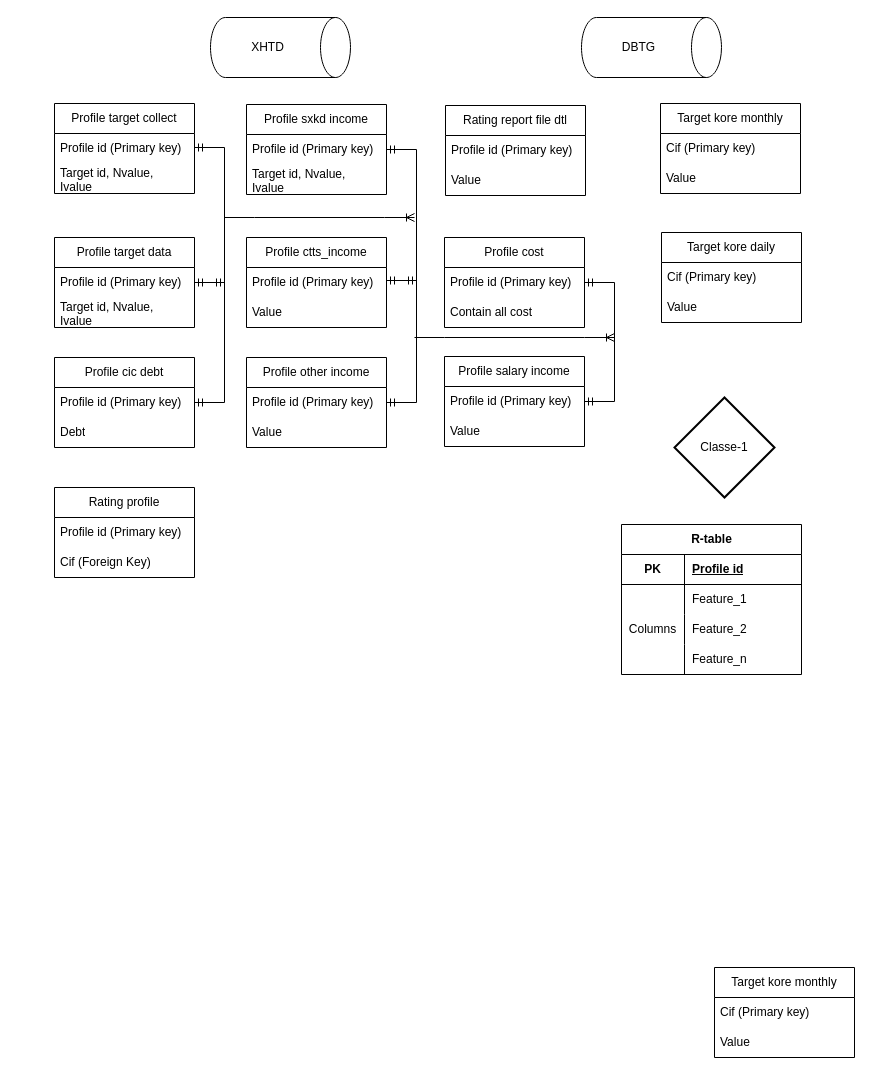
Above: Data_model_Bscore.drawio in Midland-tanaka/XHTD (draw.io), before the change. Source tidied: cells renumbered, new cells numbered last; positions are measured from the earlier drawing's top-left corner, leaving out a move shared by most shapes. Both pictures are drawn from the tidied source at 100%, with x=0, y=0 at pixel (54, 17).
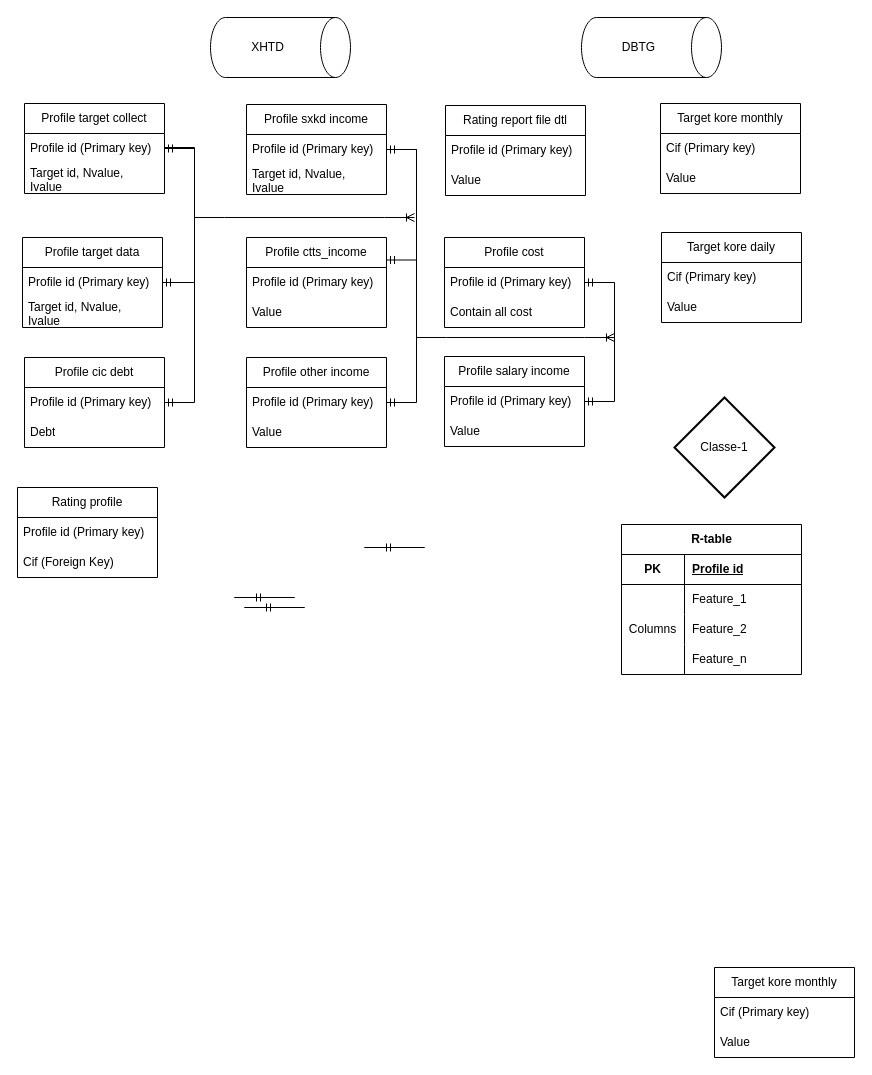
After the change.

Unchanged cells that the change refers to:
```xml
<mxCell id="11" value="Profile id (Primary key)" style="text;strokeColor=none;fillColor=none;align=left;verticalAlign=middle;spacingLeft=4;spacingRight=4;overflow=hidden;points=[[0,0.5],[1,0.5]];portConstraint=eastwest;whiteSpace=wrap;html=1;" parent="10" vertex="1">
  <mxGeometry y="30" width="140" height="30" as="geometry" />
</mxCell>
<mxCell id="13" value="Profile ctts_income" style="swimlane;fontStyle=0;horizontal=1;startSize=30;whiteSpace=wrap;html=1;" parent="1" vertex="1">
  <mxGeometry x="192" y="220" width="140" height="90" as="geometry" />
</mxCell>
<mxCell id="23" value="Profile id (Primary key)" style="text;strokeColor=none;fillColor=none;align=left;verticalAlign=middle;spacingLeft=4;spacingRight=4;overflow=hidden;points=[[0,0.5],[1,0.5]];portConstraint=eastwest;whiteSpace=wrap;html=1;" parent="22" vertex="1">
  <mxGeometry y="30" width="140" height="30" as="geometry" />
</mxCell>
<mxCell id="26" value="Profile id (Primary key)" style="text;strokeColor=none;fillColor=none;align=left;verticalAlign=middle;spacingLeft=4;spacingRight=4;overflow=hidden;points=[[0,0.5],[1,0.5]];portConstraint=eastwest;whiteSpace=wrap;html=1;" parent="25" vertex="1">
  <mxGeometry y="30" width="140" height="30" as="geometry" />
</mxCell>
<mxCell id="29" value="Profile id (Primary key)" style="text;strokeColor=none;fillColor=none;align=left;verticalAlign=middle;spacingLeft=4;spacingRight=4;overflow=hidden;points=[[0,0.5],[1,0.5]];portConstraint=eastwest;whiteSpace=wrap;html=1;" parent="28" vertex="1">
  <mxGeometry y="30" width="140" height="30" as="geometry" />
</mxCell>
```

What changed in the source:
```diff
@@
     <mxCell id="3" value="Rating profile" style="swimlane;fontStyle=0;horizontal=1;startSize=30;whiteSpace=wrap;html=1;" parent="1" vertex="1">
-      <mxGeometry y="470" width="140" height="90" as="geometry" />
+      <mxGeometry x="-37" y="470" width="140" height="90" as="geometry" />
     </mxCell>
@@
     <mxCell id="10" value="Profile target collect" style="swimlane;fontStyle=0;horizontal=1;startSize=30;whiteSpace=wrap;html=1;" parent="1" vertex="1">
-      <mxGeometry y="86" width="140" height="90" as="geometry" />
+      <mxGeometry x="-30" y="86" width="140" height="90" as="geometry" />
     </mxCell>
@@
     <mxCell id="22" value="Profile target data" style="swimlane;fontStyle=0;horizontal=1;startSize=30;whiteSpace=wrap;html=1;" parent="1" vertex="1">
-      <mxGeometry y="220" width="140" height="90" as="geometry" />
+      <mxGeometry x="-32" y="220" width="140" height="90" as="geometry" />
     </mxCell>
@@
     <mxCell id="25" value="Profile cic debt" style="swimlane;fontStyle=0;horizontal=1;startSize=30;whiteSpace=wrap;html=1;" parent="1" vertex="1">
-      <mxGeometry y="340" width="140" height="90" as="geometry" />
+      <mxGeometry x="-30" y="340" width="140" height="90" as="geometry" />
     </mxCell>
@@
-    <mxCell id="38" style="edgeStyle=entityRelationEdgeStyle;fontSize=12;html=1;endArrow=ERmandOne;startArrow=ERmandOne;rounded=0;" parent="1" edge="1" target="26">
+    <mxCell id="38" style="edgeStyle=entityRelationEdgeStyle;fontSize=12;html=1;endArrow=ERmandOne;startArrow=ERmandOne;rounded=0;exitX=1;exitY=0.5;exitDx=0;exitDy=0;" parent="1" edge="1" source="11" target="26">
       <mxGeometry relative="1" as="geometry">
-        <mxPoint x="140" y="130" as="sourcePoint" />
         <Array as="points">
           <mxPoint x="160" y="260" />
+          <mxPoint x="170" y="270" />
           <mxPoint x="170" y="130" />
           <mxPoint x="150" y="380" />
           <mxPoint x="170" y="300" />
           <mxPoint x="170" y="230" />
         </Array>
       </mxGeometry>
     </mxCell>
-    <mxCell id="39" style="edgeStyle=entityRelationEdgeStyle;fontSize=12;html=1;endArrow=ERmandOne;startArrow=ERmandOne;rounded=0;exitX=1;exitY=0.5;exitDx=0;exitDy=0;" parent="1" edge="1" source="23">
-      <mxGeometry relative="1" as="geometry">
-        <mxPoint x="170" y="265" as="targetPoint" />
-      </mxGeometry>
-    </mxCell>
@@
-    <mxCell id="41" style="edgeStyle=entityRelationEdgeStyle;fontSize=12;html=1;endArrow=ERmandOne;startArrow=ERmandOne;rounded=0;exitX=1;exitY=0.5;exitDx=0;exitDy=0;" parent="1" edge="1">
-      <mxGeometry relative="1" as="geometry">
-        <mxPoint x="332" y="263" as="sourcePoint" />
-        <mxPoint x="362" y="263" as="targetPoint" />
-        <Array as="points">
-          <mxPoint x="362" y="288" />
-          <mxPoint x="362" y="278" />
-          <mxPoint x="582" y="258" />
-          <mxPoint x="372" y="278" />
-          <mxPoint x="332" y="288" />
-          <mxPoint x="552" y="248" />
-        </Array>
-      </mxGeometry>
-    </mxCell>
@@
     <mxCell id="59" style="edgeStyle=entityRelationEdgeStyle;fontSize=12;html=1;endArrow=ERoneToMany;rounded=0;" parent="1" edge="1">
       <mxGeometry relative="1" as="geometry">
-        <mxPoint x="170" y="200" as="sourcePoint" />
+        <mxPoint x="140" y="200" as="sourcePoint" />
         <mxPoint x="360" y="200" as="targetPoint" />
       </mxGeometry>
     </mxCell>
     <mxCell id="60" style="edgeStyle=entityRelationEdgeStyle;fontSize=12;html=1;endArrow=ERoneToMany;rounded=0;" parent="1" edge="1">
       <mxGeometry relative="1" as="geometry">
-        <mxPoint x="360" y="320" as="sourcePoint" />
+        <mxPoint x="362" y="320" as="sourcePoint" />
         <mxPoint x="560" y="320" as="targetPoint" />
         <Array as="points">
-          <mxPoint x="830" y="300" />
+          <mxPoint x="372" y="320" />
+          <mxPoint x="822" y="300" />
         </Array>
       </mxGeometry>
     </mxCell>
@@
+    <mxCell id="64" style="edgeStyle=entityRelationEdgeStyle;fontSize=12;html=1;endArrow=ERmandOne;rounded=0;entryX=1;entryY=0.5;entryDx=0;entryDy=0;startSize=0;strokeWidth=1;endSize=6;jumpSize=6;" parent="1" edge="1">
+      <mxGeometry relative="1" as="geometry">
+        <mxPoint x="340" y="530" as="sourcePoint" />
+        <mxPoint x="340" y="530" as="targetPoint" />
+        <Array as="points">
+          <mxPoint x="370" y="525" />
+          <mxPoint x="440" y="530" />
+          <mxPoint x="300" y="530" />
+          <mxPoint x="370" y="530" />
+          <mxPoint x="410" y="530" />
+          <mxPoint x="410" y="540" />
+          <mxPoint x="460" y="550" />
+          <mxPoint x="310" y="530" />
+          <mxPoint x="130" y="260" />
+          <mxPoint x="140" y="260" />
+          <mxPoint x="350" y="530" />
+          <mxPoint x="310" y="530" />
+          <mxPoint x="324" y="530" />
+          <mxPoint x="350" y="535.5" />
+          <mxPoint x="330" y="530" />
+          <mxPoint x="290" y="230" />
+        </Array>
+      </mxGeometry>
+    </mxCell>
+    <mxCell id="65" style="edgeStyle=entityRelationEdgeStyle;fontSize=12;html=1;endArrow=ERmandOne;rounded=0;entryX=1;entryY=0.5;entryDx=0;entryDy=0;" parent="1" edge="1">
+      <mxGeometry relative="1" as="geometry">
+        <mxPoint x="210" y="580" as="sourcePoint" />
+        <mxPoint x="210" y="580" as="targetPoint" />
+        <Array as="points">
+          <mxPoint x="240" y="575" />
+          <mxPoint x="170" y="290" />
+          <mxPoint x="200" y="580" />
+          <mxPoint x="160" y="280" />
+        </Array>
+      </mxGeometry>
+    </mxCell>
+    <mxCell id="66" style="edgeStyle=entityRelationEdgeStyle;fontSize=12;html=1;endArrow=ERmandOne;rounded=0;entryX=1;entryY=0.5;entryDx=0;entryDy=0;" parent="1" edge="1">
+      <mxGeometry relative="1" as="geometry">
+        <mxPoint x="220" y="590" as="sourcePoint" />
+        <mxPoint x="220" y="590" as="targetPoint" />
+        <Array as="points">
+          <mxPoint x="250" y="585" />
+          <mxPoint x="180" y="300" />
+          <mxPoint x="340" y="590" />
+          <mxPoint x="210" y="590" />
+          <mxPoint x="170" y="290" />
+        </Array>
+      </mxGeometry>
+    </mxCell>
+    <mxCell id="67" style="edgeStyle=entityRelationEdgeStyle;fontSize=12;html=1;endArrow=ERmandOne;rounded=0;entryX=1;entryY=0.5;entryDx=0;entryDy=0;" parent="1" edge="1" target="23">
+      <mxGeometry relative="1" as="geometry">
+        <mxPoint x="110" y="130" as="sourcePoint" />
+      </mxGeometry>
+    </mxCell>
+    <mxCell id="68" style="edgeStyle=entityRelationEdgeStyle;fontSize=12;html=1;endArrow=ERmandOne;rounded=0;entryX=1;entryY=0.25;entryDx=0;entryDy=0;exitX=1;exitY=0.5;exitDx=0;exitDy=0;" parent="1" edge="1" source="29" target="13">
+      <mxGeometry relative="1" as="geometry" />
+    </mxCell>
```
